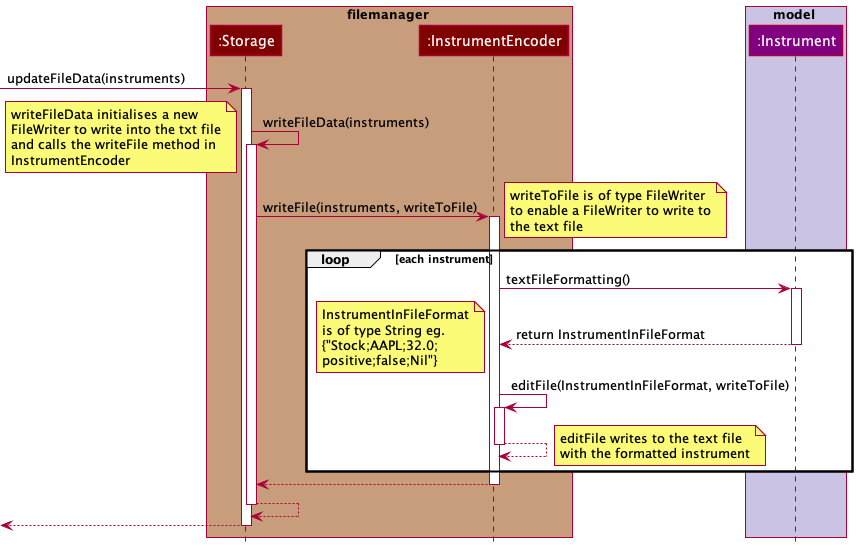
The PlantUML diagram docs/images/FileManagerEncodingSequenceDiag.png in williamlamjy/mTracker, before a commit.
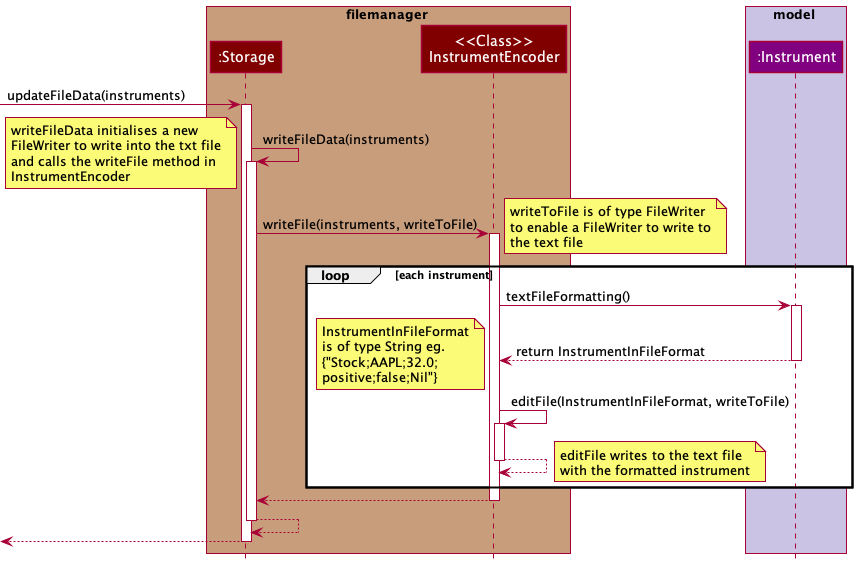
After the change.

Change to the diagram source:
```diff
@@ -3,7 +3,7 @@
 
 box filemanager COLOR_STORAGE_SEGMENT
 participant ":Storage" as Storage COLOR_STORAGE
-participant ":InstrumentEncoder" as InstrumentEncoder COLOR_STORAGE
+participant "<<Class>>\nInstrumentEncoder" as InstrumentEncoder COLOR_STORAGE
 end box
 
 box model COLOR_MODEL_SEGMENT
```
